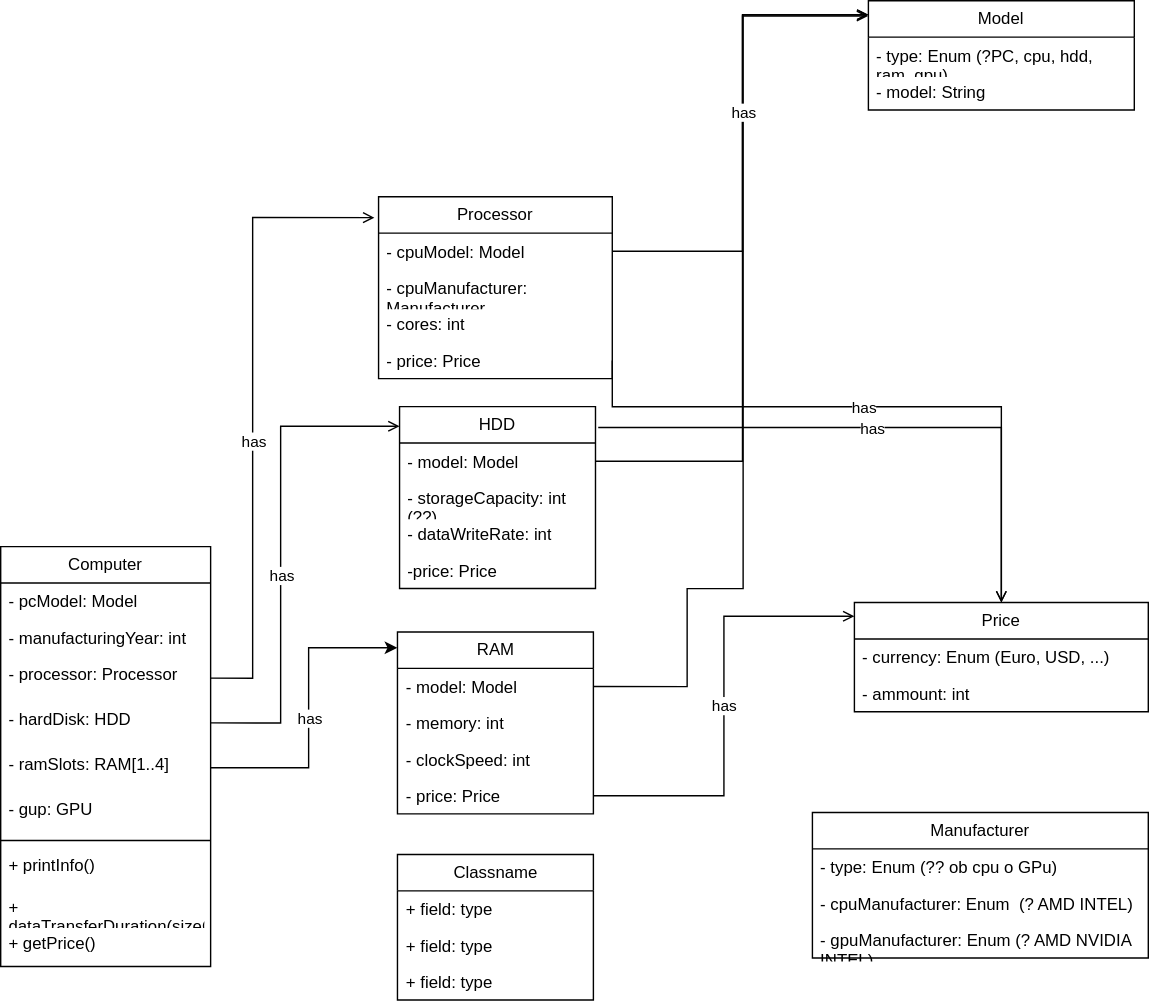
The draw.io diagram course_material/Computer-UML.drawio.svg in hornsbeef/PM_PS, before a commit. Source tidied: cells renumbered, new cells last; positions are measured from the earlier drawing's top-left corner, leaving out a move shared by most shapes.
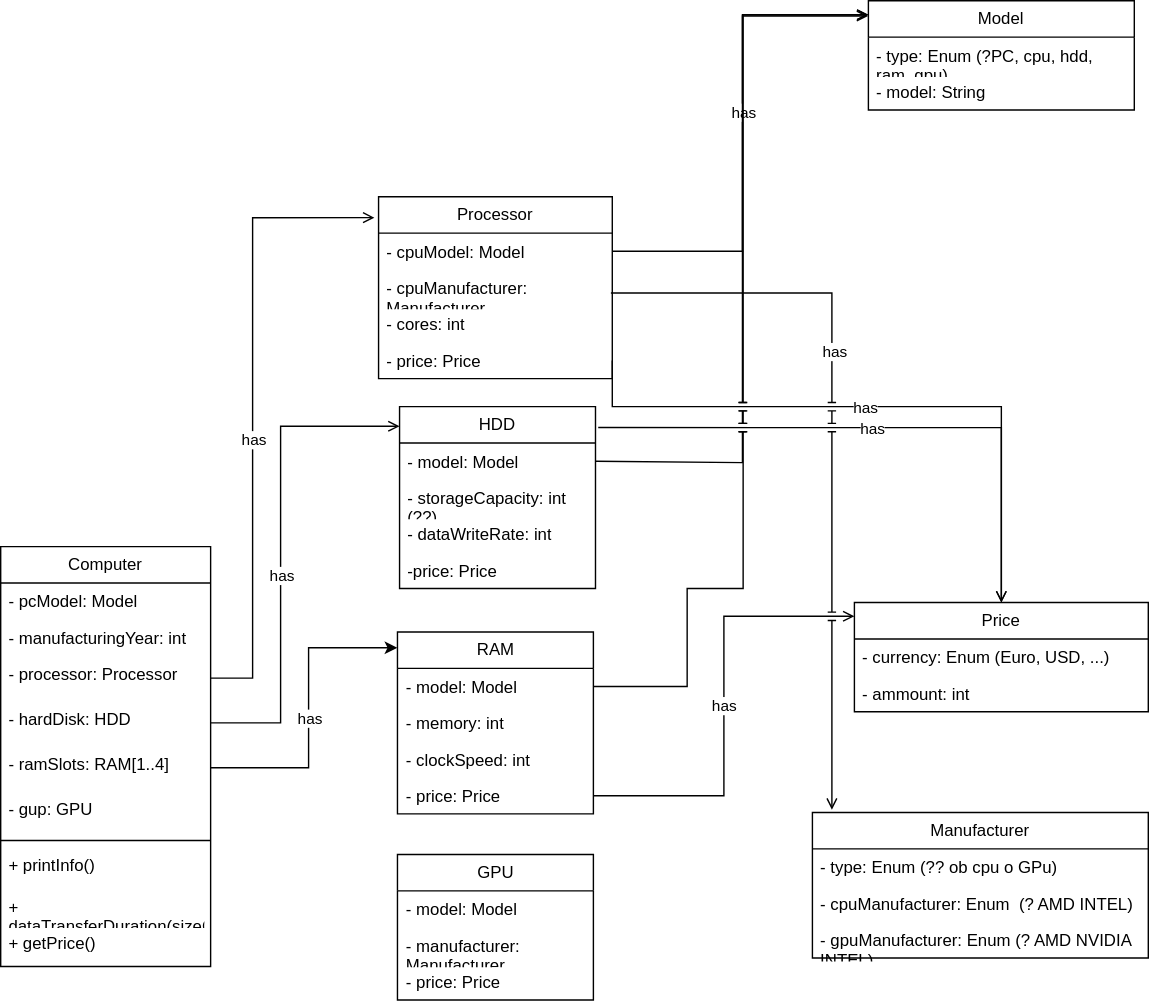
After the commit.

What changed in the source:
```diff
@@ -2,6 +2,17 @@
   <root>
     <mxCell id="0" />
     <mxCell id="1" parent="0" />
+    <mxCell id="48" style="edgeStyle=orthogonalEdgeStyle;rounded=0;jettySize=auto;html=1;exitX=1;exitY=0.5;exitDx=0;exitDy=0;entryX=-0.001;entryY=0.14;entryDx=0;entryDy=0;entryPerimeter=0;endArrow=open;endFill=0;jumpStyle=line;" parent="1" edge="1" source="17" target="2">
+      <mxGeometry relative="1" as="geometry">
+        <Array as="points">
+          <mxPoint x="530" y="179" />
+          <mxPoint x="530" y="11" />
+        </Array>
+      </mxGeometry>
+    </mxCell>
+    <mxCell id="49" value="has" style="edgeLabel;html=1;align=center;verticalAlign=middle;" parent="48" vertex="1">
+      <mxGeometry x="0.1" y="-1" relative="1" as="geometry" />
+    </mxCell>
     <mxCell id="2" value="Model" style="swimlane;fontStyle=0;horizontal=1;startSize=26;fillColor=none;whiteSpace=wrap;html=1;" parent="1" vertex="1">
       <mxGeometry x="620" width="190" height="78" as="geometry" />
     </mxCell>
@@ -104,14 +115,22 @@
         <mxPoint x="1" as="offset" />
       </mxGeometry>
     </mxCell>
+    <mxCell id="38" style="edgeStyle=orthogonalEdgeStyle;rounded=0;jettySize=auto;html=1;exitX=1.014;exitY=0.115;exitDx=0;exitDy=0;entryX=0.5;entryY=0;entryDx=0;entryDy=0;endArrow=open;endFill=0;exitPerimeter=0;jumpStyle=line;" parent="1" edge="1" source="32" target="25">
+      <mxGeometry relative="1" as="geometry" />
+    </mxCell>
+    <mxCell id="39" value="has" style="edgeLabel;html=1;align=center;verticalAlign=middle;" parent="38" vertex="1">
+      <mxGeometry x="-0.06" y="-1" relative="1" as="geometry">
+        <mxPoint x="1" as="offset" />
+      </mxGeometry>
+    </mxCell>
     <mxCell id="32" value="HDD" style="swimlane;fontStyle=0;horizontal=1;startSize=26;fillColor=none;whiteSpace=wrap;html=1;" parent="1" vertex="1">
       <mxGeometry x="285" y="290" width="140" height="130" as="geometry" />
     </mxCell>
-    <mxCell id="33" style="edgeStyle=orthogonalEdgeStyle;rounded=0;jettySize=auto;html=1;exitX=1;exitY=0.5;exitDx=0;exitDy=0;endArrow=open;endFill=0;" parent="32" edge="1" source="34">
+    <mxCell id="33" style="edgeStyle=orthogonalEdgeStyle;rounded=0;jettySize=auto;html=1;exitX=1;exitY=0.5;exitDx=0;exitDy=0;endArrow=open;endFill=0;jumpStyle=line;" parent="32" edge="1" source="34">
       <mxGeometry relative="1" as="geometry">
         <mxPoint x="335" y="-280" as="targetPoint" />
         <Array as="points">
-          <mxPoint x="245" y="39" />
+          <mxPoint x="245" y="40" />
           <mxPoint x="245" y="-280" />
         </Array>
       </mxGeometry>
@@ -128,14 +147,6 @@
     <mxCell id="37" value="-price: Price" style="text;strokeColor=none;fillColor=none;align=left;verticalAlign=top;spacingLeft=4;spacingRight=4;overflow=hidden;whiteSpace=wrap;html=1;" parent="32" vertex="1">
       <mxGeometry y="104" width="140" height="26" as="geometry" />
     </mxCell>
-    <mxCell id="38" style="edgeStyle=orthogonalEdgeStyle;rounded=0;jettySize=auto;html=1;exitX=1.014;exitY=0.115;exitDx=0;exitDy=0;entryX=0.5;entryY=0;entryDx=0;entryDy=0;endArrow=open;endFill=0;exitPerimeter=0;" parent="1" edge="1" source="32" target="25">
-      <mxGeometry relative="1" as="geometry" />
-    </mxCell>
-    <mxCell id="39" value="has" style="edgeLabel;html=1;align=center;verticalAlign=middle;" parent="38" vertex="1">
-      <mxGeometry x="-0.06" y="-1" relative="1" as="geometry">
-        <mxPoint x="1" as="offset" />
-      </mxGeometry>
-    </mxCell>
     <mxCell id="40" style="edgeStyle=orthogonalEdgeStyle;rounded=0;jettySize=auto;html=1;exitX=1;exitY=0.5;exitDx=0;exitDy=0;entryX=0;entryY=0.108;entryDx=0;entryDy=0;curved=0;flowAnimation=0;shadow=0;endArrow=open;endFill=0;entryPerimeter=0;" parent="1" edge="1" source="9" target="32">
       <mxGeometry relative="1" as="geometry">
         <Array as="points">
@@ -150,7 +161,7 @@
     <mxCell id="42" value="RAM" style="swimlane;fontStyle=0;horizontal=1;startSize=26;fillColor=none;whiteSpace=wrap;html=1;" parent="1" vertex="1">
       <mxGeometry x="283.5" y="451" width="140" height="130" as="geometry" />
     </mxCell>
-    <mxCell id="43" style="edgeStyle=orthogonalEdgeStyle;rounded=0;jettySize=auto;html=1;exitX=1;exitY=0.5;exitDx=0;exitDy=0;endArrow=open;endFill=0;" parent="42" edge="1" source="44">
+    <mxCell id="43" style="edgeStyle=orthogonalEdgeStyle;rounded=0;jettySize=auto;html=1;exitX=1;exitY=0.5;exitDx=0;exitDy=0;endArrow=open;endFill=0;jumpStyle=line;" parent="42" edge="1" source="44">
       <mxGeometry relative="1" as="geometry">
         <mxPoint x="336.5" y="-441" as="targetPoint" />
         <Array as="points">
@@ -173,17 +184,6 @@
     <mxCell id="47" value="- price: Price" style="text;strokeColor=none;fillColor=none;align=left;verticalAlign=top;spacingLeft=4;spacingRight=4;overflow=hidden;points=[[0,0.5],[1,0.5]];portConstraint=eastwest;whiteSpace=wrap;html=1;" parent="42" vertex="1">
       <mxGeometry y="104" width="140" height="26" as="geometry" />
     </mxCell>
-    <mxCell id="48" style="edgeStyle=orthogonalEdgeStyle;rounded=0;jettySize=auto;html=1;exitX=1;exitY=0.5;exitDx=0;exitDy=0;entryX=-0.001;entryY=0.14;entryDx=0;entryDy=0;entryPerimeter=0;endArrow=open;endFill=0;" parent="1" edge="1" source="17" target="2">
-      <mxGeometry relative="1" as="geometry">
-        <Array as="points">
-          <mxPoint x="530" y="179" />
-          <mxPoint x="530" y="11" />
-        </Array>
-      </mxGeometry>
-    </mxCell>
-    <mxCell id="49" value="has" style="edgeLabel;html=1;align=center;verticalAlign=middle;" parent="48" vertex="1">
-      <mxGeometry x="0.1" y="-1" relative="1" as="geometry" />
-    </mxCell>
     <mxCell id="50" style="edgeStyle=orthogonalEdgeStyle;rounded=0;jettySize=auto;html=1;exitX=1;exitY=0.5;exitDx=0;exitDy=0;entryX=0;entryY=0.126;entryDx=0;entryDy=0;entryPerimeter=0;endArrow=open;endFill=0;" parent="1" edge="1" source="47" target="25">
       <mxGeometry relative="1" as="geometry" />
     </mxCell>
@@ -201,17 +201,23 @@
     <mxCell id="53" value="has" style="edgeLabel;html=1;align=center;verticalAlign=middle;" parent="52" vertex="1">
       <mxGeometry x="-0.04" y="-1" relative="1" as="geometry" />
     </mxCell>
-    <mxCell id="54" value="Classname" style="swimlane;fontStyle=0;horizontal=1;startSize=26;fillColor=none;whiteSpace=wrap;html=1;" parent="1" vertex="1">
+    <mxCell id="54" value="GPU" style="swimlane;fontStyle=0;horizontal=1;startSize=26;fillColor=none;whiteSpace=wrap;html=1;" parent="1" vertex="1">
       <mxGeometry x="283.5" y="610" width="140" height="104" as="geometry" />
     </mxCell>
-    <mxCell id="55" value="+ field: type" style="text;strokeColor=none;fillColor=none;align=left;verticalAlign=top;spacingLeft=4;spacingRight=4;overflow=hidden;whiteSpace=wrap;html=1;" parent="54" vertex="1">
+    <mxCell id="55" value="- model: Model" style="text;strokeColor=none;fillColor=none;align=left;verticalAlign=top;spacingLeft=4;spacingRight=4;overflow=hidden;whiteSpace=wrap;html=1;" parent="54" vertex="1">
       <mxGeometry y="26" width="140" height="26" as="geometry" />
     </mxCell>
-    <mxCell id="56" value="+ field: type" style="text;strokeColor=none;fillColor=none;align=left;verticalAlign=top;spacingLeft=4;spacingRight=4;overflow=hidden;whiteSpace=wrap;html=1;" parent="54" vertex="1">
+    <mxCell id="56" value="- manufacturer: Manufacturer" style="text;strokeColor=none;fillColor=none;align=left;verticalAlign=top;spacingLeft=4;spacingRight=4;overflow=hidden;whiteSpace=wrap;html=1;" parent="54" vertex="1">
       <mxGeometry y="52" width="140" height="26" as="geometry" />
     </mxCell>
-    <mxCell id="57" value="+ field: type" style="text;strokeColor=none;fillColor=none;align=left;verticalAlign=top;spacingLeft=4;spacingRight=4;overflow=hidden;whiteSpace=wrap;html=1;" parent="54" vertex="1">
+    <mxCell id="57" value="- price: Price" style="text;strokeColor=none;fillColor=none;align=left;verticalAlign=top;spacingLeft=4;spacingRight=4;overflow=hidden;whiteSpace=wrap;html=1;" parent="54" vertex="1">
       <mxGeometry y="78" width="140" height="26" as="geometry" />
     </mxCell>
+    <mxCell id="58" style="edgeStyle=orthogonalEdgeStyle;rounded=0;jettySize=auto;html=1;entryX=0.058;entryY=-0.019;entryDx=0;entryDy=0;entryPerimeter=0;endArrow=open;endFill=0;jumpStyle=line;exitX=0.994;exitY=0.645;exitDx=0;exitDy=0;exitPerimeter=0;" parent="1" edge="1" source="18" target="21">
+      <mxGeometry relative="1" as="geometry" />
+    </mxCell>
+    <mxCell id="59" value="has" style="edgeLabel;html=1;align=center;verticalAlign=middle;" parent="58" vertex="1">
+      <mxGeometry x="-0.24" y="2" relative="1" as="geometry" />
+    </mxCell>
   </root>
 </mxGraphModel>
```
